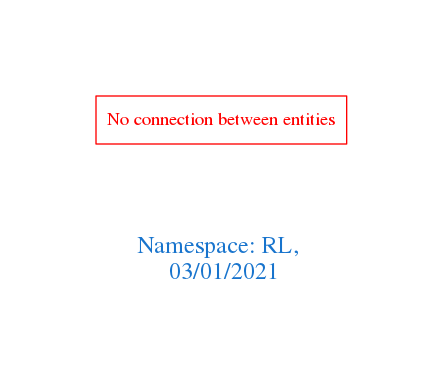
Above: downloads/RL.png in arago/OGIT (Graphviz), before the change. Its source is kept beside it as downloads/RL.dot.
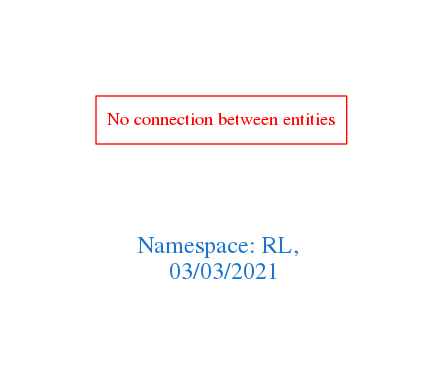
The same file after the commit.

Diff of the diagram source:
```diff
@@ -1,7 +1,7 @@
 digraph OGIT_ontology {
  graph [ rankdir= LR,pad=1
 fontsize = 18,
-fontcolor= dodgerblue3,label = "\n\n\nNamespace: RL, \n 03/01/2021"];
+fontcolor= dodgerblue3,label = "\n\n\nNamespace: RL, \n 03/03/2021"];
 node[shape=polygon];
 edge [  color="gray81"];
 
```
